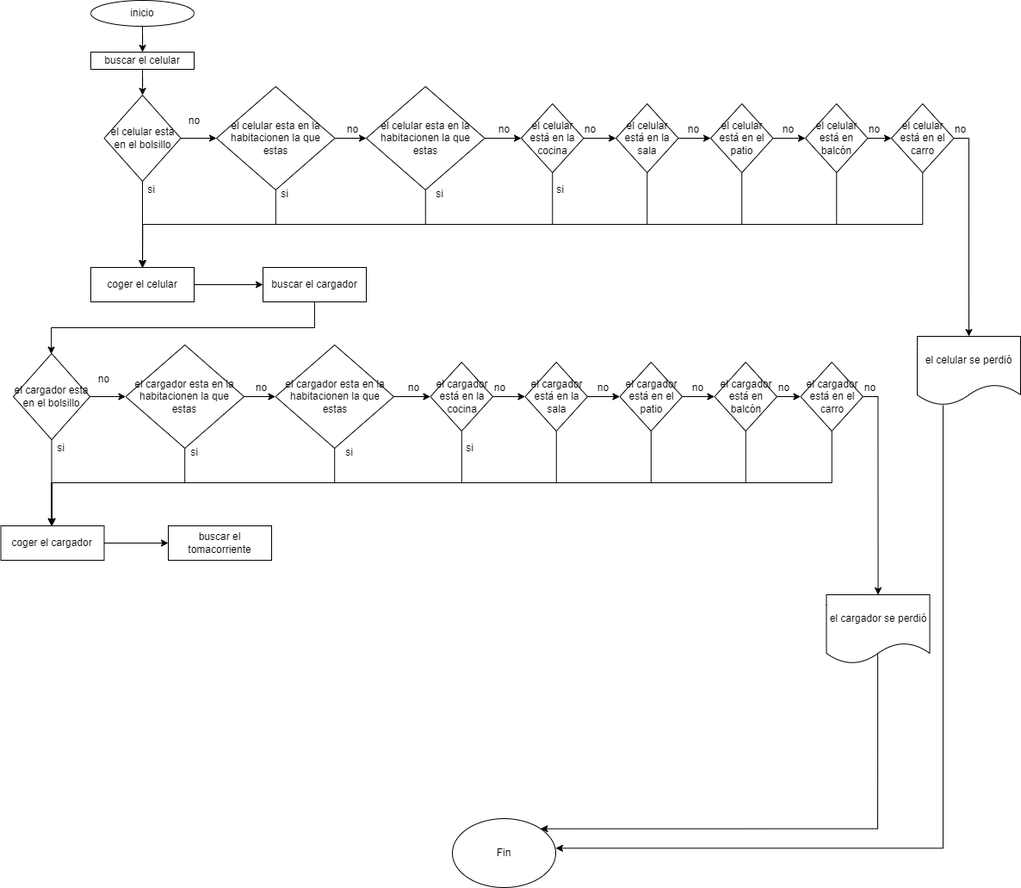
Above: Poner a cargar tu celular.png in dasamepu/platzi-flowcharts-de-la-vida-diaria (draw.io), before the change. Source tidied: cells renumbered, new cells last; positions are measured from the earlier drawing's top-left corner, leaving out a move shared by most shapes.
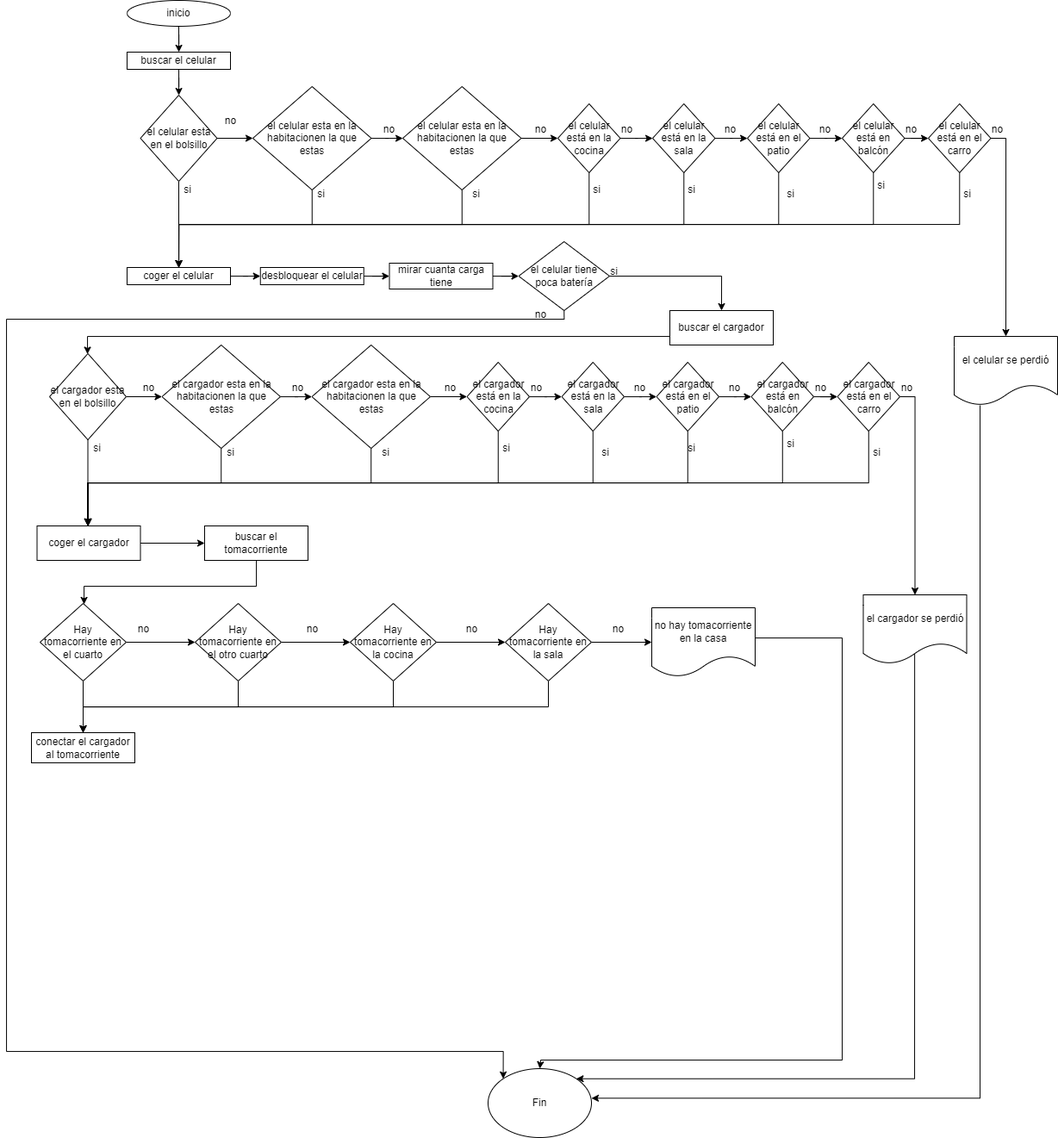
After the commit.

What changed in the source:
```diff
@@ -129,12 +129,12 @@
       <mxGeometry x="1034" y="120" width="72.5" height="80" as="geometry" />
     </mxCell>
     <mxCell id="30" value="Fin" style="ellipse;whiteSpace=wrap;html=1;" parent="1" vertex="1">
-      <mxGeometry x="524" y="950" width="120" height="80" as="geometry" />
+      <mxGeometry x="523" y="1240" width="120" height="80" as="geometry" />
     </mxCell>
     <mxCell id="31" style="edgeStyle=orthogonalEdgeStyle;rounded=0;jettySize=auto;html=1;entryX=1;entryY=0.429;entryDx=0;entryDy=0;entryPerimeter=0;" parent="1" edge="1" source="32" target="30">
       <mxGeometry relative="1" as="geometry">
         <Array as="points">
-          <mxPoint x="1094" y="984" />
+          <mxPoint x="1094" y="1274" />
         </Array>
       </mxGeometry>
     </mxCell>
@@ -165,11 +165,11 @@
     <mxCell id="40" value="no" style="text;html=1;align=center;verticalAlign=middle;strokeColor=none;fillColor=none;" parent="1" vertex="1">
       <mxGeometry x="1094" y="135" width="40" height="30" as="geometry" />
     </mxCell>
-    <mxCell id="41" style="edgeStyle=orthogonalEdgeStyle;rounded=0;jettySize=auto;html=1;" parent="1" edge="1" source="42" target="48">
-      <mxGeometry relative="1" as="geometry" />
-    </mxCell>
+    <mxCell id="90" style="edgeStyle=orthogonalEdgeStyle;rounded=0;jettySize=auto;html=1;" parent="1" edge="1" source="42" target="120">
+      <mxGeometry relative="1" as="geometry" />
+    </mxCell>
     <mxCell id="42" value="coger el celular" style="whiteSpace=wrap;html=1;" parent="1" vertex="1">
-      <mxGeometry x="104" y="310" width="120" height="40" as="geometry" />
+      <mxGeometry x="104" y="310" width="120" height="20" as="geometry" />
     </mxCell>
     <mxCell id="43" value="si&lt;span style=&quot;color: rgba(0, 0, 0, 0); font-family: monospace; font-size: 0px; text-align: start;&quot;&gt;%3CmxGraphModel%3E%3Croot%3E%3CmxCell%20id%3D%220%22%2F%3E%3CmxCell%20id%3D%221%22%20parent%3D%220%22%2F%3E%3CmxCell%20id%3D%222%22%20value%3D%22no%22%20style%3D%22text%3Bhtml%3D1%3Balign%3Dcenter%3BverticalAlign%3Dmiddle%3Bresizable%3D0%3Bpoints%3D%5B%5D%3Bautosize%3D1%3BstrokeColor%3Dnone%3BfillColor%3Dnone%3B%22%20vertex%3D%221%22%20parent%3D%221%22%3E%3CmxGeometry%20x%3D%22570%22%20y%3D%22155%22%20width%3D%2240%22%20height%3D%2230%22%20as%3D%22geometry%22%2F%3E%3C%2FmxCell%3E%3C%2Froot%3E%3C%2FmxGraphModel%3E&lt;/span&gt;" style="text;html=1;align=center;verticalAlign=middle;strokeColor=none;fillColor=none;" parent="1" vertex="1">
       <mxGeometry x="159" y="205" width="30" height="30" as="geometry" />
@@ -186,13 +186,12 @@
     <mxCell id="47" style="edgeStyle=orthogonalEdgeStyle;rounded=0;jettySize=auto;html=1;" parent="1" edge="1" source="48" target="51">
       <mxGeometry relative="1" as="geometry">
         <Array as="points">
-          <mxPoint x="364" y="380" />
-          <mxPoint x="58" y="380" />
+          <mxPoint x="58" y="390" />
         </Array>
       </mxGeometry>
     </mxCell>
     <mxCell id="48" value="buscar el cargador" style="whiteSpace=wrap;html=1;" parent="1" vertex="1">
-      <mxGeometry x="304" y="310" width="120" height="40" as="geometry" />
+      <mxGeometry x="734" y="360" width="120" height="40" as="geometry" />
     </mxCell>
     <mxCell id="49" style="edgeStyle=orthogonalEdgeStyle;rounded=0;jettySize=auto;html=1;" parent="1" edge="1" source="51" target="54">
       <mxGeometry relative="1" as="geometry" />
@@ -317,7 +316,7 @@
     <mxCell id="73" style="edgeStyle=orthogonalEdgeStyle;rounded=0;jettySize=auto;html=1;entryX=1;entryY=0;entryDx=0;entryDy=0;exitX=0.497;exitY=0.78;exitDx=0;exitDy=0;exitPerimeter=0;" parent="1" edge="1" source="74" target="30">
       <mxGeometry relative="1" as="geometry">
         <Array as="points">
-          <mxPoint x="1018" y="962" />
+          <mxPoint x="1018" y="1252" />
         </Array>
       </mxGeometry>
     </mxCell>
@@ -325,7 +324,7 @@
       <mxGeometry x="958.5" y="690" width="120" height="80" as="geometry" />
     </mxCell>
     <mxCell id="75" value="no" style="text;html=1;align=center;verticalAlign=middle;strokeColor=none;fillColor=none;" parent="1" vertex="1">
-      <mxGeometry x="98.5" y="425" width="40" height="30" as="geometry" />
+      <mxGeometry x="103" y="715" width="40" height="30" as="geometry" />
     </mxCell>
     <mxCell id="76" value="no" style="text;html=1;align=center;verticalAlign=middle;strokeColor=none;fillColor=none;" parent="1" vertex="1">
       <mxGeometry x="282" y="435" width="40" height="30" as="geometry" />
@@ -366,8 +365,143 @@
     <mxCell id="88" value="coger el cargador" style="whiteSpace=wrap;html=1;" parent="1" vertex="1">
       <mxGeometry x="-0.5" y="610" width="120" height="40" as="geometry" />
     </mxCell>
+    <mxCell id="91" style="edgeStyle=orthogonalEdgeStyle;rounded=0;jettySize=auto;html=1;" parent="1" edge="1" source="89" target="102">
+      <mxGeometry relative="1" as="geometry">
+        <Array as="points">
+          <mxPoint x="254" y="680" />
+          <mxPoint x="54" y="680" />
+        </Array>
+      </mxGeometry>
+    </mxCell>
     <mxCell id="89" value="buscar el tomacorriente" style="whiteSpace=wrap;html=1;" parent="1" vertex="1">
       <mxGeometry x="194" y="610" width="120" height="40" as="geometry" />
     </mxCell>
+    <mxCell id="92" value="si&lt;span style=&quot;color: rgba(0, 0, 0, 0); font-family: monospace; font-size: 0px; text-align: start;&quot;&gt;%3CmxGraphModel%3E%3Croot%3E%3CmxCell%20id%3D%220%22%2F%3E%3CmxCell%20id%3D%221%22%20parent%3D%220%22%2F%3E%3CmxCell%20id%3D%222%22%20value%3D%22no%22%20style%3D%22text%3Bhtml%3D1%3Balign%3Dcenter%3BverticalAlign%3Dmiddle%3Bresizable%3D0%3Bpoints%3D%5B%5D%3Bautosize%3D1%3BstrokeColor%3Dnone%3BfillColor%3Dnone%3B%22%20vertex%3D%221%22%20parent%3D%221%22%3E%3CmxGeometry%20x%3D%22570%22%20y%3D%22155%22%20width%3D%2240%22%20height%3D%2230%22%20as%3D%22geometry%22%2F%3E%3C%2FmxCell%3E%3C%2Froot%3E%3C%2FmxGraphModel%3E&lt;/span&gt;" style="text;html=1;align=center;verticalAlign=middle;strokeColor=none;fillColor=none;" parent="1" vertex="1">
+      <mxGeometry x="744" y="205" width="30" height="30" as="geometry" />
+    </mxCell>
+    <mxCell id="93" value="si&lt;span style=&quot;color: rgba(0, 0, 0, 0); font-family: monospace; font-size: 0px; text-align: start;&quot;&gt;%3CmxGraphModel%3E%3Croot%3E%3CmxCell%20id%3D%220%22%2F%3E%3CmxCell%20id%3D%221%22%20parent%3D%220%22%2F%3E%3CmxCell%20id%3D%222%22%20value%3D%22no%22%20style%3D%22text%3Bhtml%3D1%3Balign%3Dcenter%3BverticalAlign%3Dmiddle%3Bresizable%3D0%3Bpoints%3D%5B%5D%3Bautosize%3D1%3BstrokeColor%3Dnone%3BfillColor%3Dnone%3B%22%20vertex%3D%221%22%20parent%3D%221%22%3E%3CmxGeometry%20x%3D%22570%22%20y%3D%22155%22%20width%3D%2240%22%20height%3D%2230%22%20as%3D%22geometry%22%2F%3E%3C%2FmxCell%3E%3C%2Froot%3E%3C%2FmxGraphModel%3E&lt;/span&gt;" style="text;html=1;align=center;verticalAlign=middle;strokeColor=none;fillColor=none;" parent="1" vertex="1">
+      <mxGeometry x="858.5" y="210" width="30" height="30" as="geometry" />
+    </mxCell>
+    <mxCell id="94" value="si&lt;span style=&quot;color: rgba(0, 0, 0, 0); font-family: monospace; font-size: 0px; text-align: start;&quot;&gt;%3CmxGraphModel%3E%3Croot%3E%3CmxCell%20id%3D%220%22%2F%3E%3CmxCell%20id%3D%221%22%20parent%3D%220%22%2F%3E%3CmxCell%20id%3D%222%22%20value%3D%22no%22%20style%3D%22text%3Bhtml%3D1%3Balign%3Dcenter%3BverticalAlign%3Dmiddle%3Bresizable%3D0%3Bpoints%3D%5B%5D%3Bautosize%3D1%3BstrokeColor%3Dnone%3BfillColor%3Dnone%3B%22%20vertex%3D%221%22%20parent%3D%221%22%3E%3CmxGeometry%20x%3D%22570%22%20y%3D%22155%22%20width%3D%2240%22%20height%3D%2230%22%20as%3D%22geometry%22%2F%3E%3C%2FmxCell%3E%3C%2Froot%3E%3C%2FmxGraphModel%3E&lt;/span&gt;" style="text;html=1;align=center;verticalAlign=middle;strokeColor=none;fillColor=none;" parent="1" vertex="1">
+      <mxGeometry x="964" y="200" width="30" height="30" as="geometry" />
+    </mxCell>
+    <mxCell id="95" value="si&lt;span style=&quot;color: rgba(0, 0, 0, 0); font-family: monospace; font-size: 0px; text-align: start;&quot;&gt;%3CmxGraphModel%3E%3Croot%3E%3CmxCell%20id%3D%220%22%2F%3E%3CmxCell%20id%3D%221%22%20parent%3D%220%22%2F%3E%3CmxCell%20id%3D%222%22%20value%3D%22no%22%20style%3D%22text%3Bhtml%3D1%3Balign%3Dcenter%3BverticalAlign%3Dmiddle%3Bresizable%3D0%3Bpoints%3D%5B%5D%3Bautosize%3D1%3BstrokeColor%3Dnone%3BfillColor%3Dnone%3B%22%20vertex%3D%221%22%20parent%3D%221%22%3E%3CmxGeometry%20x%3D%22570%22%20y%3D%22155%22%20width%3D%2240%22%20height%3D%2230%22%20as%3D%22geometry%22%2F%3E%3C%2FmxCell%3E%3C%2Froot%3E%3C%2FmxGraphModel%3E&lt;/span&gt;" style="text;html=1;align=center;verticalAlign=middle;strokeColor=none;fillColor=none;" parent="1" vertex="1">
+      <mxGeometry x="1064" y="210" width="30" height="30" as="geometry" />
+    </mxCell>
+    <mxCell id="96" value="si&lt;span style=&quot;color: rgba(0, 0, 0, 0); font-family: monospace; font-size: 0px; text-align: start;&quot;&gt;%3CmxGraphModel%3E%3Croot%3E%3CmxCell%20id%3D%220%22%2F%3E%3CmxCell%20id%3D%221%22%20parent%3D%220%22%2F%3E%3CmxCell%20id%3D%222%22%20value%3D%22no%22%20style%3D%22text%3Bhtml%3D1%3Balign%3Dcenter%3BverticalAlign%3Dmiddle%3Bresizable%3D0%3Bpoints%3D%5B%5D%3Bautosize%3D1%3BstrokeColor%3Dnone%3BfillColor%3Dnone%3B%22%20vertex%3D%221%22%20parent%3D%221%22%3E%3CmxGeometry%20x%3D%22570%22%20y%3D%22155%22%20width%3D%2240%22%20height%3D%2230%22%20as%3D%22geometry%22%2F%3E%3C%2FmxCell%3E%3C%2Froot%3E%3C%2FmxGraphModel%3E&lt;/span&gt;" style="text;html=1;align=center;verticalAlign=middle;strokeColor=none;fillColor=none;" parent="1" vertex="1">
+      <mxGeometry x="644" y="510" width="30" height="30" as="geometry" />
+    </mxCell>
+    <mxCell id="97" value="si&lt;span style=&quot;color: rgba(0, 0, 0, 0); font-family: monospace; font-size: 0px; text-align: start;&quot;&gt;%3CmxGraphModel%3E%3Croot%3E%3CmxCell%20id%3D%220%22%2F%3E%3CmxCell%20id%3D%221%22%20parent%3D%220%22%2F%3E%3CmxCell%20id%3D%222%22%20value%3D%22no%22%20style%3D%22text%3Bhtml%3D1%3Balign%3Dcenter%3BverticalAlign%3Dmiddle%3Bresizable%3D0%3Bpoints%3D%5B%5D%3Bautosize%3D1%3BstrokeColor%3Dnone%3BfillColor%3Dnone%3B%22%20vertex%3D%221%22%20parent%3D%221%22%3E%3CmxGeometry%20x%3D%22570%22%20y%3D%22155%22%20width%3D%2240%22%20height%3D%2230%22%20as%3D%22geometry%22%2F%3E%3C%2FmxCell%3E%3C%2Froot%3E%3C%2FmxGraphModel%3E&lt;/span&gt;" style="text;html=1;align=center;verticalAlign=middle;strokeColor=none;fillColor=none;" parent="1" vertex="1">
+      <mxGeometry x="744" y="505" width="30" height="30" as="geometry" />
+    </mxCell>
+    <mxCell id="98" value="si&lt;span style=&quot;color: rgba(0, 0, 0, 0); font-family: monospace; font-size: 0px; text-align: start;&quot;&gt;%3CmxGraphModel%3E%3Croot%3E%3CmxCell%20id%3D%220%22%2F%3E%3CmxCell%20id%3D%221%22%20parent%3D%220%22%2F%3E%3CmxCell%20id%3D%222%22%20value%3D%22no%22%20style%3D%22text%3Bhtml%3D1%3Balign%3Dcenter%3BverticalAlign%3Dmiddle%3Bresizable%3D0%3Bpoints%3D%5B%5D%3Bautosize%3D1%3BstrokeColor%3Dnone%3BfillColor%3Dnone%3B%22%20vertex%3D%221%22%20parent%3D%221%22%3E%3CmxGeometry%20x%3D%22570%22%20y%3D%22155%22%20width%3D%2240%22%20height%3D%2230%22%20as%3D%22geometry%22%2F%3E%3C%2FmxCell%3E%3C%2Froot%3E%3C%2FmxGraphModel%3E&lt;/span&gt;" style="text;html=1;align=center;verticalAlign=middle;strokeColor=none;fillColor=none;" parent="1" vertex="1">
+      <mxGeometry x="858.5" y="500" width="30" height="30" as="geometry" />
+    </mxCell>
+    <mxCell id="99" value="si&lt;span style=&quot;color: rgba(0, 0, 0, 0); font-family: monospace; font-size: 0px; text-align: start;&quot;&gt;%3CmxGraphModel%3E%3Croot%3E%3CmxCell%20id%3D%220%22%2F%3E%3CmxCell%20id%3D%221%22%20parent%3D%220%22%2F%3E%3CmxCell%20id%3D%222%22%20value%3D%22no%22%20style%3D%22text%3Bhtml%3D1%3Balign%3Dcenter%3BverticalAlign%3Dmiddle%3Bresizable%3D0%3Bpoints%3D%5B%5D%3Bautosize%3D1%3BstrokeColor%3Dnone%3BfillColor%3Dnone%3B%22%20vertex%3D%221%22%20parent%3D%221%22%3E%3CmxGeometry%20x%3D%22570%22%20y%3D%22155%22%20width%3D%2240%22%20height%3D%2230%22%20as%3D%22geometry%22%2F%3E%3C%2FmxCell%3E%3C%2Froot%3E%3C%2FmxGraphModel%3E&lt;/span&gt;" style="text;html=1;align=center;verticalAlign=middle;strokeColor=none;fillColor=none;" parent="1" vertex="1">
+      <mxGeometry x="958.5" y="510" width="30" height="30" as="geometry" />
+    </mxCell>
+    <mxCell id="100" style="edgeStyle=orthogonalEdgeStyle;rounded=0;jettySize=auto;html=1;" parent="1" edge="1" source="102" target="105">
+      <mxGeometry relative="1" as="geometry" />
+    </mxCell>
+    <mxCell id="101" style="edgeStyle=orthogonalEdgeStyle;rounded=0;jettySize=auto;html=1;" parent="1" edge="1" source="102" target="118">
+      <mxGeometry relative="1" as="geometry" />
+    </mxCell>
+    <mxCell id="102" value="Hay tomacorriente en el cuarto" style="rhombus;whiteSpace=wrap;html=1;" parent="1" vertex="1">
+      <mxGeometry x="3" y="700" width="100" height="90" as="geometry" />
+    </mxCell>
+    <mxCell id="103" style="edgeStyle=orthogonalEdgeStyle;rounded=0;jettySize=auto;html=1;" parent="1" edge="1" source="105" target="108">
+      <mxGeometry relative="1" as="geometry" />
+    </mxCell>
+    <mxCell id="104" style="edgeStyle=orthogonalEdgeStyle;rounded=0;jettySize=auto;html=1;exitX=0.5;exitY=1;exitDx=0;exitDy=0;entryX=0.5;entryY=0;entryDx=0;entryDy=0;" parent="1" edge="1" source="105" target="118">
+      <mxGeometry relative="1" as="geometry" />
+    </mxCell>
+    <mxCell id="105" value="Hay tomacorriente en el otro cuarto" style="rhombus;whiteSpace=wrap;html=1;" parent="1" vertex="1">
+      <mxGeometry x="183" y="700" width="100" height="90" as="geometry" />
+    </mxCell>
+    <mxCell id="106" style="edgeStyle=orthogonalEdgeStyle;rounded=0;jettySize=auto;html=1;" parent="1" edge="1" source="108" target="111">
+      <mxGeometry relative="1" as="geometry" />
+    </mxCell>
+    <mxCell id="107" style="edgeStyle=orthogonalEdgeStyle;rounded=0;jettySize=auto;html=1;exitX=0.5;exitY=1;exitDx=0;exitDy=0;" parent="1" edge="1" source="108" target="118">
+      <mxGeometry relative="1" as="geometry" />
+    </mxCell>
+    <mxCell id="108" value="Hay tomacorriente en la cocina" style="rhombus;whiteSpace=wrap;html=1;" parent="1" vertex="1">
+      <mxGeometry x="363" y="700" width="100" height="90" as="geometry" />
+    </mxCell>
+    <mxCell id="109" style="edgeStyle=orthogonalEdgeStyle;rounded=0;jettySize=auto;html=1;" parent="1" edge="1" source="111" target="113">
+      <mxGeometry relative="1" as="geometry" />
+    </mxCell>
+    <mxCell id="110" style="edgeStyle=orthogonalEdgeStyle;rounded=0;jettySize=auto;html=1;" parent="1" edge="1" source="111" target="118">
+      <mxGeometry relative="1" as="geometry">
+        <Array as="points">
+          <mxPoint x="593" y="820" />
+          <mxPoint x="53" y="820" />
+        </Array>
+      </mxGeometry>
+    </mxCell>
+    <mxCell id="111" value="Hay tomacorriente en la sala" style="rhombus;whiteSpace=wrap;html=1;" parent="1" vertex="1">
+      <mxGeometry x="543" y="700" width="100" height="90" as="geometry" />
+    </mxCell>
+    <mxCell id="112" style="edgeStyle=orthogonalEdgeStyle;rounded=0;jettySize=auto;html=1;exitX=0.5;exitY=0;exitDx=0;exitDy=0;" parent="1" edge="1" source="113" target="30">
+      <mxGeometry relative="1" as="geometry">
+        <Array as="points">
+          <mxPoint x="773" y="740" />
+          <mxPoint x="934" y="740" />
+          <mxPoint x="934" y="1230" />
+          <mxPoint x="584" y="1230" />
+        </Array>
+      </mxGeometry>
+    </mxCell>
+    <mxCell id="113" value="no hay tomacorriente en la casa" style="shape=document;whiteSpace=wrap;html=1;boundedLbl=1;" parent="1" vertex="1">
+      <mxGeometry x="713" y="705" width="120" height="80" as="geometry" />
+    </mxCell>
+    <mxCell id="114" value="no" style="text;html=1;align=center;verticalAlign=middle;strokeColor=none;fillColor=none;" parent="1" vertex="1">
+      <mxGeometry x="108.5" y="435" width="40" height="30" as="geometry" />
+    </mxCell>
+    <mxCell id="115" value="no" style="text;html=1;align=center;verticalAlign=middle;strokeColor=none;fillColor=none;" parent="1" vertex="1">
+      <mxGeometry x="298.8" y="715" width="40" height="30" as="geometry" />
+    </mxCell>
+    <mxCell id="116" value="no" style="text;html=1;align=center;verticalAlign=middle;strokeColor=none;fillColor=none;" parent="1" vertex="1">
+      <mxGeometry x="484" y="715" width="40" height="30" as="geometry" />
+    </mxCell>
+    <mxCell id="117" value="no" style="text;html=1;align=center;verticalAlign=middle;strokeColor=none;fillColor=none;" parent="1" vertex="1">
+      <mxGeometry x="654" y="715" width="40" height="30" as="geometry" />
+    </mxCell>
+    <mxCell id="118" value="conectar el cargador al tomacorriente" style="whiteSpace=wrap;html=1;" parent="1" vertex="1">
+      <mxGeometry x="-7" y="850" width="120" height="35" as="geometry" />
+    </mxCell>
+    <mxCell id="119" style="edgeStyle=orthogonalEdgeStyle;rounded=0;jettySize=auto;html=1;" parent="1" edge="1" source="120" target="122">
+      <mxGeometry relative="1" as="geometry" />
+    </mxCell>
+    <mxCell id="120" value="desbloquear el celular" style="whiteSpace=wrap;html=1;" parent="1" vertex="1">
+      <mxGeometry x="258.8" y="310" width="120" height="20" as="geometry" />
+    </mxCell>
+    <mxCell id="121" style="edgeStyle=orthogonalEdgeStyle;rounded=0;jettySize=auto;html=1;" parent="1" edge="1" source="122" target="125">
+      <mxGeometry relative="1" as="geometry" />
+    </mxCell>
+    <mxCell id="122" value="mirar cuanta carga tiene" style="whiteSpace=wrap;html=1;" parent="1" vertex="1">
+      <mxGeometry x="408.5" y="305" width="120" height="30" as="geometry" />
+    </mxCell>
+    <mxCell id="123" style="edgeStyle=orthogonalEdgeStyle;rounded=0;jettySize=auto;html=1;entryX=0.5;entryY=0;entryDx=0;entryDy=0;" parent="1" edge="1" source="125" target="48">
+      <mxGeometry relative="1" as="geometry" />
+    </mxCell>
+    <mxCell id="124" style="edgeStyle=orthogonalEdgeStyle;rounded=0;jettySize=auto;html=1;exitX=0.5;exitY=1;exitDx=0;exitDy=0;entryX=0;entryY=0;entryDx=0;entryDy=0;" parent="1" edge="1" source="125" target="30">
+      <mxGeometry relative="1" as="geometry">
+        <Array as="points">
+          <mxPoint x="611" y="370" />
+          <mxPoint x="-36" y="370" />
+          <mxPoint x="-36" y="1220" />
+          <mxPoint x="541" y="1220" />
+        </Array>
+      </mxGeometry>
+    </mxCell>
+    <mxCell id="125" value="el celular tiene poca batería" style="rhombus;whiteSpace=wrap;html=1;" parent="1" vertex="1">
+      <mxGeometry x="558.5" y="280" width="105.5" height="80" as="geometry" />
+    </mxCell>
+    <mxCell id="126" value="si" style="text;html=1;align=center;verticalAlign=middle;strokeColor=none;fillColor=none;" parent="1" vertex="1">
+      <mxGeometry x="654" y="300" width="30" height="30" as="geometry" />
+    </mxCell>
+    <mxCell id="127" value="no" style="text;html=1;align=center;verticalAlign=middle;strokeColor=none;fillColor=none;" parent="1" vertex="1">
+      <mxGeometry x="564" y="350" width="40" height="30" as="geometry" />
+    </mxCell>
   </root>
 </mxGraphModel>
```
